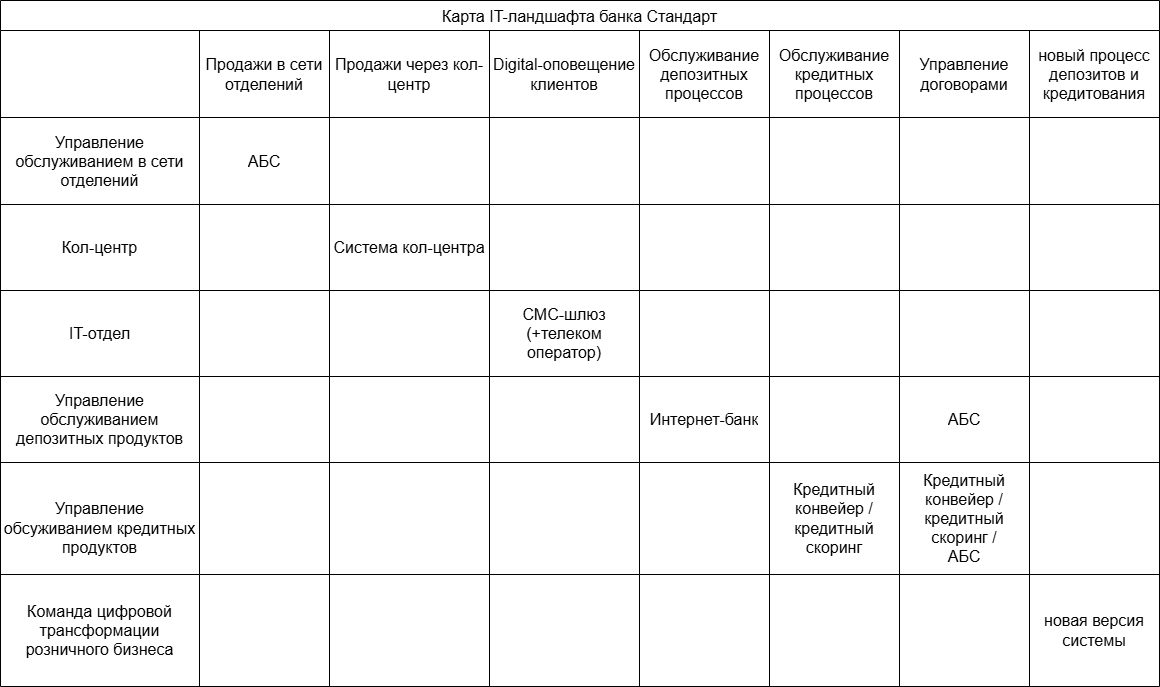
This is Task1/Карта IT-ландшафта банка Стандарт.drawio.png from martynoveugene/architecture-pro-standart, a draw.io export, as it was before one commit. Source tidied: cells renumbered, new cells last; positions are measured from the earlier drawing's top-left corner, leaving out a move shared by most shapes.
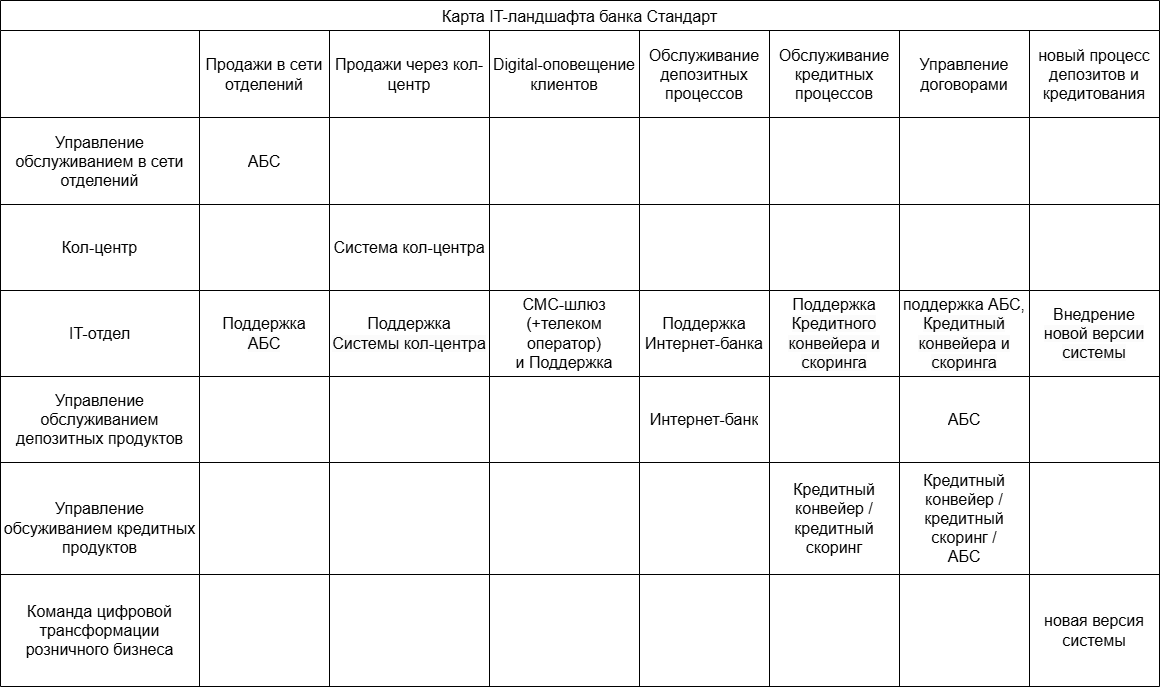
After the change.

Diff of the diagram source:
```diff
@@ -92,25 +92,25 @@
     <mxCell id="31" value="IT-отдел" style="shape=partialRectangle;html=1;whiteSpace=wrap;strokeColor=inherit;overflow=hidden;fillColor=none;top=0;left=0;bottom=0;right=0;fontSize=16;" parent="30" vertex="1">
       <mxGeometry width="199" height="86" as="geometry" />
     </mxCell>
-    <mxCell id="32" style="shape=partialRectangle;html=1;whiteSpace=wrap;strokeColor=inherit;overflow=hidden;fillColor=none;top=0;left=0;bottom=0;right=0;fontSize=16;" parent="30" vertex="1">
+    <mxCell id="32" value="Поддержка&lt;br style=&quot;forced-color-adjust: none; border-color: light-dark(rgb(218, 220, 224), rgb(46, 48, 51)); background-color: light-dark(rgb(251, 251, 251), rgb(21, 21, 21));&quot; data-mx-given-colors=&quot;{&amp;quot;border-top-color&amp;quot;:&amp;quot;rgb(218, 220, 224)&amp;quot;,&amp;quot;border-right-color&amp;quot;:&amp;quot;rgb(218, 220, 224)&amp;quot;,&amp;quot;border-bottom-color&amp;quot;:&amp;quot;rgb(218, 220, 224)&amp;quot;,&amp;quot;border-left-color&amp;quot;:&amp;quot;rgb(218, 220, 224)&amp;quot;,&amp;quot;background-color&amp;quot;:&amp;quot;rgb(251, 251, 251)&amp;quot;}&quot;&gt;&lt;span style=&quot;forced-color-adjust: none; background-color: light-dark(rgb(251, 251, 251), rgb(21, 21, 21));&quot;&gt;АБС&lt;/span&gt;" style="shape=partialRectangle;html=1;whiteSpace=wrap;strokeColor=inherit;overflow=hidden;fillColor=none;top=0;left=0;bottom=0;right=0;fontSize=16;" parent="30" vertex="1">
       <mxGeometry x="199" width="130" height="86" as="geometry" />
     </mxCell>
-    <mxCell id="33" style="shape=partialRectangle;html=1;whiteSpace=wrap;strokeColor=inherit;overflow=hidden;fillColor=none;top=0;left=0;bottom=0;right=0;fontSize=16;" parent="30" vertex="1">
+    <mxCell id="33" value="Поддержка&lt;br style=&quot;forced-color-adjust: none; border-color: light-dark(rgb(218, 220, 224), rgb(46, 48, 51)); background-color: light-dark(rgb(251, 251, 251), rgb(21, 21, 21));&quot; data-mx-given-colors=&quot;{&amp;quot;border-top-color&amp;quot;:&amp;quot;rgb(218, 220, 224)&amp;quot;,&amp;quot;border-right-color&amp;quot;:&amp;quot;rgb(218, 220, 224)&amp;quot;,&amp;quot;border-bottom-color&amp;quot;:&amp;quot;rgb(218, 220, 224)&amp;quot;,&amp;quot;border-left-color&amp;quot;:&amp;quot;rgb(218, 220, 224)&amp;quot;,&amp;quot;background-color&amp;quot;:&amp;quot;rgb(251, 251, 251)&amp;quot;}&quot;&gt;&lt;span style=&quot;forced-color-adjust: none; background-color: light-dark(rgb(251, 251, 251), rgb(21, 21, 21));&quot;&gt;Системы кол-центра&lt;/span&gt;" style="shape=partialRectangle;html=1;whiteSpace=wrap;strokeColor=inherit;overflow=hidden;fillColor=none;top=0;left=0;bottom=0;right=0;fontSize=16;" parent="30" vertex="1">
       <mxGeometry x="329" width="160" height="86" as="geometry" />
     </mxCell>
-    <mxCell id="34" value="СМС-шлюз (+телеком оператор)" style="shape=partialRectangle;html=1;whiteSpace=wrap;strokeColor=inherit;overflow=hidden;fillColor=none;top=0;left=0;bottom=0;right=0;fontSize=16;" parent="30" vertex="1">
+    <mxCell id="34" value="СМС-шлюз (+телеком оператор)&lt;br&gt;и Поддержка" style="shape=partialRectangle;html=1;whiteSpace=wrap;strokeColor=inherit;overflow=hidden;fillColor=none;top=0;left=0;bottom=0;right=0;fontSize=16;" parent="30" vertex="1">
       <mxGeometry x="489" width="150" height="86" as="geometry" />
     </mxCell>
-    <mxCell id="35" style="shape=partialRectangle;html=1;whiteSpace=wrap;strokeColor=inherit;overflow=hidden;fillColor=none;top=0;left=0;bottom=0;right=0;fontSize=16;" parent="30" vertex="1">
+    <mxCell id="35" value="Поддержка&lt;br&gt;Интернет-банка" style="shape=partialRectangle;html=1;whiteSpace=wrap;strokeColor=inherit;overflow=hidden;fillColor=none;top=0;left=0;bottom=0;right=0;fontSize=16;" parent="30" vertex="1">
       <mxGeometry x="639" width="130" height="86" as="geometry" />
     </mxCell>
-    <mxCell id="36" style="shape=partialRectangle;html=1;whiteSpace=wrap;strokeColor=inherit;overflow=hidden;fillColor=none;top=0;left=0;bottom=0;right=0;fontSize=16;" parent="30" vertex="1">
+    <mxCell id="36" value="Поддержка&lt;br style=&quot;forced-color-adjust: none; border-color: light-dark(rgb(218, 220, 224), rgb(46, 48, 51)); background-color: light-dark(rgb(251, 251, 251), rgb(21, 21, 21));&quot; data-mx-given-colors=&quot;{&amp;quot;border-top-color&amp;quot;:&amp;quot;rgb(218, 220, 224)&amp;quot;,&amp;quot;border-right-color&amp;quot;:&amp;quot;rgb(218, 220, 224)&amp;quot;,&amp;quot;border-bottom-color&amp;quot;:&amp;quot;rgb(218, 220, 224)&amp;quot;,&amp;quot;border-left-color&amp;quot;:&amp;quot;rgb(218, 220, 224)&amp;quot;,&amp;quot;background-color&amp;quot;:&amp;quot;rgb(251, 251, 251)&amp;quot;}&quot;&gt;&lt;span style=&quot;forced-color-adjust: none; background-color: light-dark(rgb(251, 251, 251), rgb(21, 21, 21));&quot;&gt;Кредитного конвейера и скоринга&lt;/span&gt;" style="shape=partialRectangle;html=1;whiteSpace=wrap;strokeColor=inherit;overflow=hidden;fillColor=none;top=0;left=0;bottom=0;right=0;fontSize=16;" parent="30" vertex="1">
       <mxGeometry x="769" width="130" height="86" as="geometry" />
     </mxCell>
-    <mxCell id="37" style="shape=partialRectangle;html=1;whiteSpace=wrap;strokeColor=inherit;overflow=hidden;fillColor=none;top=0;left=0;bottom=0;right=0;fontSize=16;" parent="30" vertex="1">
+    <mxCell id="37" value="поддержка АБС,&lt;br style=&quot;forced-color-adjust: none; border-color: light-dark(rgb(218, 220, 224), rgb(46, 48, 51)); background-color: light-dark(rgb(251, 251, 251), rgb(21, 21, 21));&quot; data-mx-given-colors=&quot;{&amp;quot;border-top-color&amp;quot;:&amp;quot;rgb(218, 220, 224)&amp;quot;,&amp;quot;border-right-color&amp;quot;:&amp;quot;rgb(218, 220, 224)&amp;quot;,&amp;quot;border-bottom-color&amp;quot;:&amp;quot;rgb(218, 220, 224)&amp;quot;,&amp;quot;border-left-color&amp;quot;:&amp;quot;rgb(218, 220, 224)&amp;quot;,&amp;quot;background-color&amp;quot;:&amp;quot;rgb(251, 251, 251)&amp;quot;}&quot;&gt;&lt;span style=&quot;forced-color-adjust: none; background-color: light-dark(rgb(251, 251, 251), rgb(21, 21, 21));&quot;&gt;Кредитный конвейера и скоринга&lt;/span&gt;" style="shape=partialRectangle;html=1;whiteSpace=wrap;strokeColor=inherit;overflow=hidden;fillColor=none;top=0;left=0;bottom=0;right=0;fontSize=16;" parent="30" vertex="1">
       <mxGeometry x="899" width="130" height="86" as="geometry" />
     </mxCell>
-    <mxCell id="38" style="shape=partialRectangle;html=1;whiteSpace=wrap;strokeColor=inherit;overflow=hidden;fillColor=none;top=0;left=0;bottom=0;right=0;fontSize=16;" parent="30" vertex="1">
+    <mxCell id="38" value="Внедрение&lt;br style=&quot;forced-color-adjust: none; border-color: light-dark(rgb(218, 220, 224), rgb(46, 48, 51)); background-color: light-dark(rgb(251, 251, 251), rgb(21, 21, 21));&quot; data-mx-given-colors=&quot;{&amp;quot;border-top-color&amp;quot;:&amp;quot;rgb(218, 220, 224)&amp;quot;,&amp;quot;border-right-color&amp;quot;:&amp;quot;rgb(218, 220, 224)&amp;quot;,&amp;quot;border-bottom-color&amp;quot;:&amp;quot;rgb(218, 220, 224)&amp;quot;,&amp;quot;border-left-color&amp;quot;:&amp;quot;rgb(218, 220, 224)&amp;quot;,&amp;quot;background-color&amp;quot;:&amp;quot;rgb(251, 251, 251)&amp;quot;}&quot;&gt;&lt;span style=&quot;forced-color-adjust: none; background-color: light-dark(rgb(251, 251, 251), rgb(21, 21, 21));&quot;&gt;новой версии&lt;/span&gt;&lt;br style=&quot;forced-color-adjust: none; border-color: light-dark(rgb(218, 220, 224), rgb(46, 48, 51)); background-color: light-dark(rgb(251, 251, 251), rgb(21, 21, 21));&quot; data-mx-given-colors=&quot;{&amp;quot;border-top-color&amp;quot;:&amp;quot;rgb(218, 220, 224)&amp;quot;,&amp;quot;border-right-color&amp;quot;:&amp;quot;rgb(218, 220, 224)&amp;quot;,&amp;quot;border-bottom-color&amp;quot;:&amp;quot;rgb(218, 220, 224)&amp;quot;,&amp;quot;border-left-color&amp;quot;:&amp;quot;rgb(218, 220, 224)&amp;quot;,&amp;quot;background-color&amp;quot;:&amp;quot;rgb(251, 251, 251)&amp;quot;}&quot;&gt;&lt;span style=&quot;forced-color-adjust: none; background-color: light-dark(rgb(251, 251, 251), rgb(21, 21, 21));&quot;&gt;системы&lt;/span&gt;" style="shape=partialRectangle;html=1;whiteSpace=wrap;strokeColor=inherit;overflow=hidden;fillColor=none;top=0;left=0;bottom=0;right=0;fontSize=16;" parent="30" vertex="1">
       <mxGeometry x="1029" width="130" height="86" as="geometry" />
     </mxCell>
     <mxCell id="39" style="shape=tableRow;horizontal=0;startSize=0;swimlaneHead=0;swimlaneBody=0;strokeColor=inherit;top=0;left=0;bottom=0;right=0;fillColor=none;fontSize=16;" parent="2" vertex="1">
```
